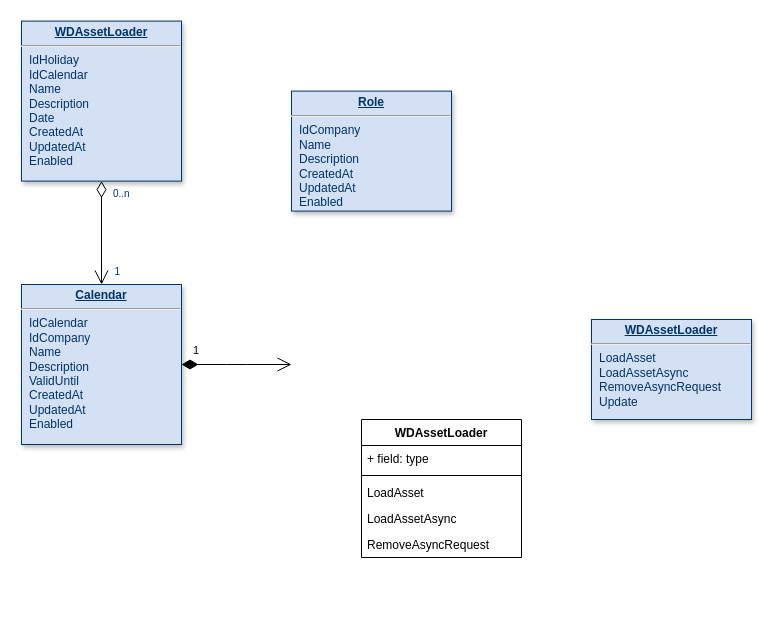
The draw.io diagram Untitled Diagram.drawio in houxuanfelix/MySelfCode, before the edit. Source tidied: cells renumbered, new cells numbered last; positions are measured from the earlier drawing's top-left corner, leaving out a move shared by most shapes. Both pictures are drawn from the tidied source at 100%, with x=0, y=0 at pixel (21, 21).
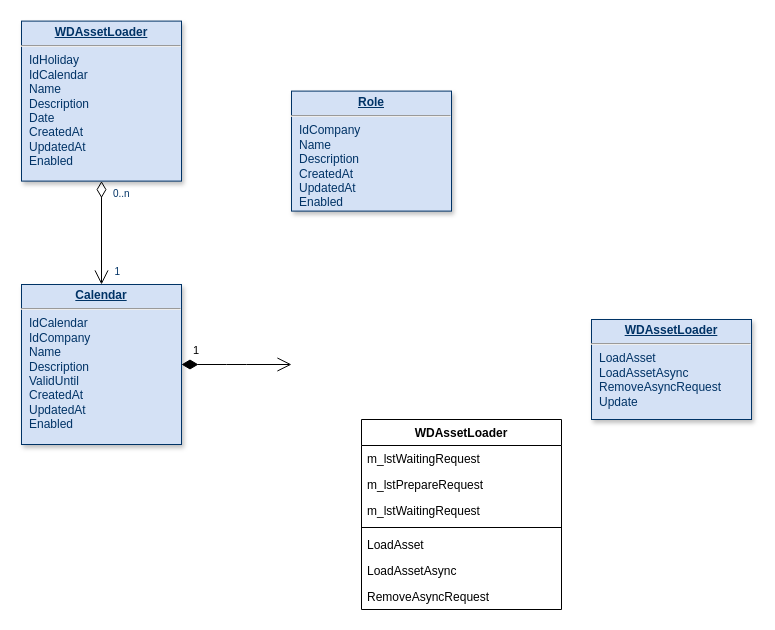
Above is the later version.

Change to the diagram source:
```diff
@@
 <mxGraphModel background="#ffffff">
   <root>
     <mxCell id="0" />
     <mxCell id="1" parent="0" />
     <mxCell id="2" value="&lt;p style=&quot;margin: 0px; margin-top: 4px; text-align: center; text-decoration: underline;&quot;&gt;&lt;strong&gt;Role&lt;/strong&gt;&lt;/p&gt;&lt;hr /&gt;&lt;p style=&quot;margin: 0px; margin-left: 8px;&quot;&gt;IdCompany&lt;br /&gt;Name&lt;/p&gt;&lt;p style=&quot;margin: 0px; margin-left: 8px;&quot;&gt;Description&lt;/p&gt;&lt;p style=&quot;margin: 0px; margin-left: 8px;&quot;&gt;CreatedAt&lt;/p&gt;&lt;p style=&quot;margin: 0px; margin-left: 8px;&quot;&gt;UpdatedAt&lt;/p&gt;&lt;p style=&quot;margin: 0px; margin-left: 8px;&quot;&gt;Enabled&lt;/p&gt;" style="verticalAlign=top;align=left;overflow=fill;fontSize=12;fontFamily=Helvetica;html=1;strokeColor=#003366;shadow=1;fillColor=#D4E1F5;fontColor=#003366;" parent="1" vertex="1">
       <mxGeometry x="270" y="69.6" width="160" height="120" as="geometry" />
     </mxCell>
     <mxCell id="3" value="&lt;p style=&quot;margin: 0px; margin-top: 4px; text-align: center; text-decoration: underline;&quot;&gt;&lt;strong&gt;Calendar&lt;/strong&gt;&lt;/p&gt;&lt;hr /&gt;&lt;p style=&quot;margin: 0px; margin-left: 8px;&quot;&gt;IdCalendar&lt;/p&gt;&lt;p style=&quot;margin: 0px; margin-left: 8px;&quot;&gt;IdCompany&lt;/p&gt;&lt;p style=&quot;margin: 0px; margin-left: 8px;&quot;&gt;Name&lt;/p&gt;&lt;p style=&quot;margin: 0px; margin-left: 8px;&quot;&gt;Description&lt;/p&gt;&lt;p style=&quot;margin: 0px; margin-left: 8px;&quot;&gt;ValidUntil&lt;/p&gt;&lt;p style=&quot;margin: 0px; margin-left: 8px;&quot;&gt;CreatedAt&lt;/p&gt;&lt;p style=&quot;margin: 0px; margin-left: 8px;&quot;&gt;UpdatedAt&lt;/p&gt;&lt;p style=&quot;margin: 0px; margin-left: 8px;&quot;&gt;Enabled&lt;/p&gt;" style="verticalAlign=top;align=left;overflow=fill;fontSize=12;fontFamily=Helvetica;html=1;strokeColor=#003366;shadow=1;fillColor=#D4E1F5;fontColor=#003366;" parent="1" vertex="1">
       <mxGeometry y="263" width="160" height="160" as="geometry" />
     </mxCell>
     <mxCell id="4" value="&lt;p style=&quot;margin: 0px ; margin-top: 4px ; text-align: center ; text-decoration: underline&quot;&gt;&lt;b&gt;WDAssetLoader&lt;/b&gt;&lt;/p&gt;&lt;hr&gt;&lt;p style=&quot;margin: 0px ; margin-left: 8px&quot;&gt;IdHoliday&lt;/p&gt;&lt;p style=&quot;margin: 0px ; margin-left: 8px&quot;&gt;IdCalendar&lt;/p&gt;&lt;p style=&quot;margin: 0px ; margin-left: 8px&quot;&gt;Name&lt;/p&gt;&lt;p style=&quot;margin: 0px ; margin-left: 8px&quot;&gt;Description&lt;/p&gt;&lt;p style=&quot;margin: 0px ; margin-left: 8px&quot;&gt;Date&lt;/p&gt;&lt;p style=&quot;margin: 0px ; margin-left: 8px&quot;&gt;CreatedAt&lt;/p&gt;&lt;p style=&quot;margin: 0px ; margin-left: 8px&quot;&gt;UpdatedAt&lt;/p&gt;&lt;p style=&quot;margin: 0px ; margin-left: 8px&quot;&gt;Enabled&lt;/p&gt;" style="verticalAlign=top;align=left;overflow=fill;fontSize=12;fontFamily=Helvetica;html=1;strokeColor=#003366;shadow=1;fillColor=#D4E1F5;fontColor=#003366;" parent="1" vertex="1">
       <mxGeometry y="-0.4" width="160" height="160" as="geometry" />
     </mxCell>
     <mxCell id="5" style="endArrow=open;endSize=12;startArrow=diamondThin;startSize=14;startFill=0;edgeStyle=orthogonalEdgeStyle;" parent="1" edge="1" source="4" target="3">
       <mxGeometry x="620" y="340" as="geometry" />
     </mxCell>
     <mxCell id="6" value="0..n" style="align=left;verticalAlign=top;labelBackgroundColor=#ffffff;fontSize=10;strokeColor=#003366;shadow=1;fillColor=#D4E1F5;fontColor=#003366;" parent="5" vertex="1">
       <mxGeometry x="-1" relative="1" as="geometry">
         <mxPoint x="10" as="offset" />
       </mxGeometry>
     </mxCell>
     <mxCell id="7" value="1" style="align=right;verticalAlign=top;labelBackgroundColor=#ffffff;fontSize=10;strokeColor=#003366;shadow=1;fillColor=#D4E1F5;fontColor=#003366;" parent="5" vertex="1">
       <mxGeometry x="1" relative="1" as="geometry">
         <mxPoint x="20" y="-25" as="offset" />
       </mxGeometry>
     </mxCell>
     <mxCell id="8" value="1" style="endArrow=open;endSize=12;startArrow=diamondThin;startSize=14;startFill=1;edgeStyle=orthogonalEdgeStyle;align=left;verticalAlign=bottom;" parent="1" edge="1" source="3">
       <mxGeometry x="-0.82" y="5" relative="1" as="geometry">
         <mxPoint x="270" y="343" as="targetPoint" />
       </mxGeometry>
     </mxCell>
     <mxCell id="9" value="&lt;p style=&quot;margin: 0px ; margin-top: 4px ; text-align: center ; text-decoration: underline&quot;&gt;&lt;b&gt;WDAssetLoader&lt;/b&gt;&lt;/p&gt;&lt;hr&gt;&lt;p style=&quot;margin: 0px ; margin-left: 8px&quot;&gt;LoadAsset&lt;/p&gt;&lt;p style=&quot;margin: 0px ; margin-left: 8px&quot;&gt;LoadAssetAsync&lt;/p&gt;&lt;p style=&quot;margin: 0px ; margin-left: 8px&quot;&gt;RemoveAsyncRequest&lt;/p&gt;&lt;p style=&quot;margin: 0px ; margin-left: 8px&quot;&gt;Update&lt;/p&gt;" style="verticalAlign=top;align=left;overflow=fill;fontSize=12;fontFamily=Helvetica;html=1;strokeColor=#003366;shadow=1;fillColor=#D4E1F5;fontColor=#003366;" parent="1" vertex="1">
       <mxGeometry x="570" y="298" width="160" height="100" as="geometry" />
     </mxCell>
     <mxCell id="10" value="WDAssetLoader" style="swimlane;fontStyle=1;align=center;verticalAlign=top;horizontal=1;startSize=26;" parent="1" vertex="1">
-      <mxGeometry x="340" y="398" width="160" height="138" as="geometry" />
+      <mxGeometry x="340" y="398" width="200" height="190" as="geometry" />
     </mxCell>
-    <mxCell id="11" value="+ field: type" style="text;strokeColor=none;fillColor=none;align=left;verticalAlign=top;spacingLeft=4;spacingRight=4;overflow=hidden;" parent="10" vertex="1">
-      <mxGeometry y="26" width="160" height="26" as="geometry" />
+    <mxCell id="11" value="m_lstWaitingRequest" style="text;strokeColor=none;fillColor=none;align=left;verticalAlign=top;spacingLeft=4;spacingRight=4;overflow=hidden;" parent="10" vertex="1">
+      <mxGeometry y="26" width="200" height="26" as="geometry" />
     </mxCell>
+    <mxCell id="16" value="m_lstPrepareRequest" style="text;strokeColor=none;fillColor=none;align=left;verticalAlign=top;spacingLeft=4;spacingRight=4;overflow=hidden;" parent="10" vertex="1">
+      <mxGeometry y="52" width="200" height="26" as="geometry" />
+    </mxCell>
+    <mxCell id="17" value="m_lstWaitingRequest" style="text;strokeColor=none;fillColor=none;align=left;verticalAlign=top;spacingLeft=4;spacingRight=4;overflow=hidden;" parent="10" vertex="1">
+      <mxGeometry y="78" width="200" height="26" as="geometry" />
+    </mxCell>
     <mxCell id="12" style="line;strokeWidth=1;fillColor=none;align=left;verticalAlign=middle;spacingTop=-1;spacingLeft=3;spacingRight=3;labelPosition=right;" parent="10" vertex="1">
-      <mxGeometry y="52" width="160" height="8" as="geometry" />
+      <mxGeometry y="104" width="200" height="8" as="geometry" />
     </mxCell>
     <mxCell id="13" value="LoadAsset" style="text;strokeColor=none;fillColor=none;align=left;verticalAlign=top;spacingLeft=4;spacingRight=4;overflow=hidden;" parent="10" vertex="1">
-      <mxGeometry y="60" width="160" height="26" as="geometry" />
+      <mxGeometry y="112" width="200" height="26" as="geometry" />
     </mxCell>
     <mxCell id="14" value="LoadAssetAsync" style="text;strokeColor=none;fillColor=none;align=left;verticalAlign=top;spacingLeft=4;spacingRight=4;overflow=hidden;" parent="10" vertex="1">
-      <mxGeometry y="86" width="160" height="26" as="geometry" />
+      <mxGeometry y="138" width="200" height="26" as="geometry" />
     </mxCell>
     <mxCell id="15" value="RemoveAsyncRequest" style="text;strokeColor=none;fillColor=none;align=left;verticalAlign=top;spacingLeft=4;spacingRight=4;overflow=hidden;" parent="10" vertex="1">
-      <mxGeometry y="112" width="160" height="26" as="geometry" />
+      <mxGeometry y="164" width="200" height="26" as="geometry" />
     </mxCell>
   </root>
 </mxGraphModel>
```
